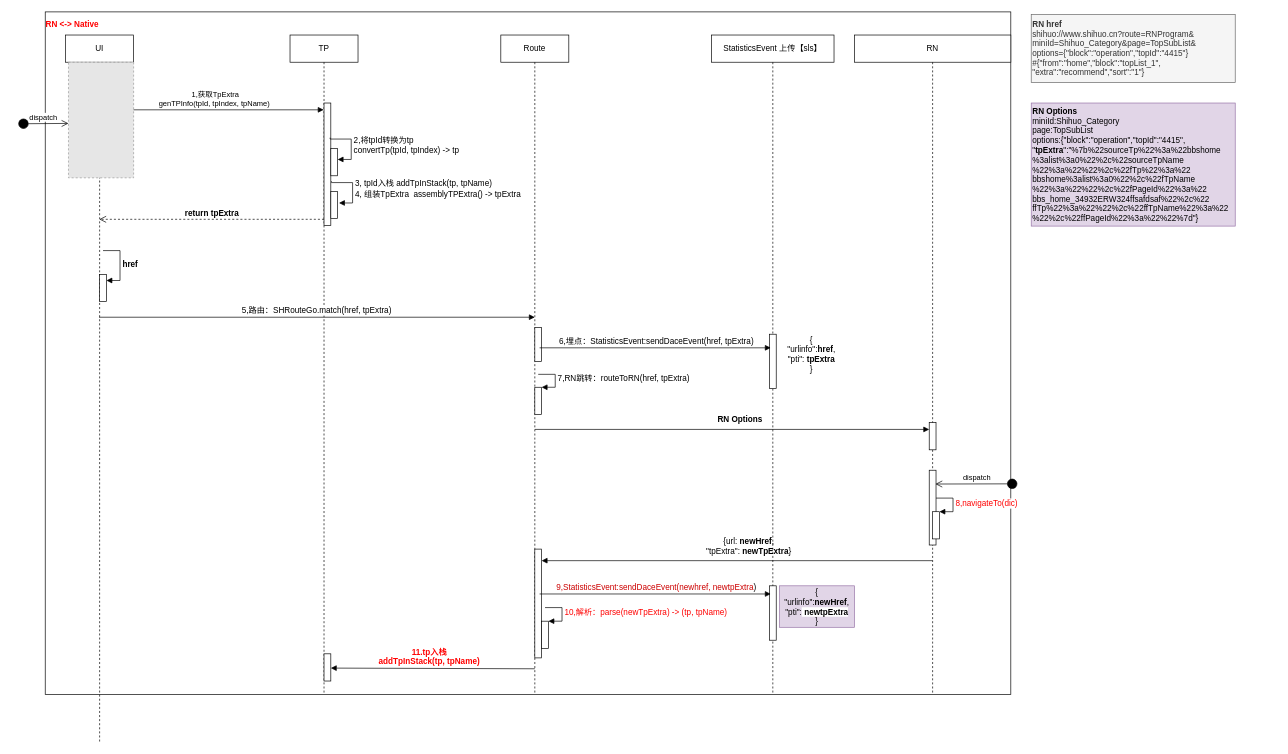
The draw.io diagram ios客户端埋点方案V2-2.drawio in aiquantong/Hero, before the edit. Source tidied: cells renumbered, new cells numbered last; positions are measured from the earlier drawing's top-left corner, leaving out a move shared by most shapes. Both pictures are drawn from the tidied source at 68%, with x=0, y=0 at pixel (18, 12). Pictures stored in the file or linked from it are replaced by grey dashed boxes.
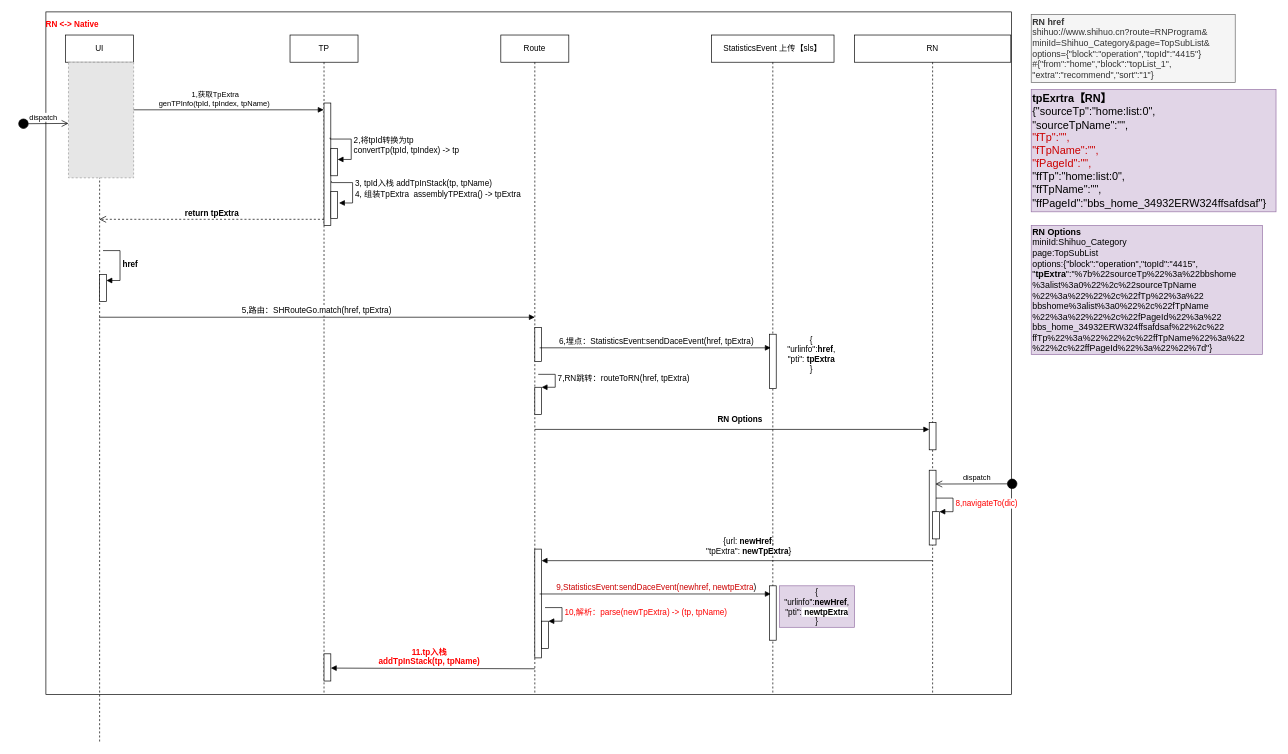
The same diagram, later.

Commit message (it also covers changes not shown here):
Update ios客户端埋点方案V2-2.drawio

What changed in the source:
```diff
@@
     <mxCell id="2" style="rounded=0;whiteSpace=wrap;html=1;align=left;" parent="1" vertex="1">
-      <mxGeometry x="40" width="1420" height="1004" as="geometry" />
+      <mxGeometry x="41" width="1420" height="1004" as="geometry" />
     </mxCell>
@@
-    <mxCell id="35" value="&lt;span&gt;&lt;b&gt;RN Options&lt;/b&gt;&lt;br&gt;miniId:Shihuo_Category&lt;/span&gt;&lt;br style=&quot;padding: 0px ; margin: 0px&quot;&gt;&lt;span&gt;page:TopSubList&lt;/span&gt;&lt;br style=&quot;padding: 0px ; margin: 0px&quot;&gt;&lt;span&gt;options:{&quot;block&quot;:&quot;operation&quot;,&quot;topId&quot;:&quot;4415&quot;,&lt;/span&gt;&lt;br style=&quot;padding: 0px ; margin: 0px&quot;&gt;&lt;span&gt;&quot;&lt;b&gt;tpExtra&lt;/b&gt;&quot;:&quot;%7b%22sourceTp%22%3a%22bbshome&lt;/span&gt;&lt;br style=&quot;padding: 0px ; margin: 0px&quot;&gt;&lt;span&gt;%3alist%3a0%22%2c%22sourceTpName&lt;/span&gt;&lt;br style=&quot;padding: 0px ; margin: 0px&quot;&gt;&lt;span&gt;%22%3a%22%22%2c%22fTp%22%3a%22&lt;/span&gt;&lt;br style=&quot;padding: 0px ; margin: 0px&quot;&gt;&lt;span&gt;bbshome%3alist%3a0%22%2c%22fTpName&lt;/span&gt;&lt;br style=&quot;padding: 0px ; margin: 0px&quot;&gt;&lt;span&gt;%22%3a%22%22%2c%22fPageId%22%3a%22&lt;/span&gt;&lt;br style=&quot;padding: 0px ; margin: 0px&quot;&gt;&lt;span&gt;bbs_home_34932ERW324ffsafdsaf%22%2c%22&lt;/span&gt;&lt;br style=&quot;padding: 0px ; margin: 0px&quot;&gt;&lt;span&gt;ffTp%22%3a%22%22%2c%22ffTpName%22%3a%22&lt;/span&gt;&lt;br style=&quot;padding: 0px ; margin: 0px&quot;&gt;&lt;span&gt;%22%2c%22ffPageId%22%3a%22%22%7d&quot;}&lt;/span&gt;" style="text;html=1;strokeColor=#9673a6;fillColor=#e1d5e7;align=left;verticalAlign=middle;whiteSpace=wrap;rounded=0;fontSize=12;" parent="1" vertex="1">
-      <mxGeometry x="1490" y="134" width="300" height="181" as="geometry" />
+    <mxCell id="35" value="&lt;span style=&quot;font-size: 13px;&quot;&gt;&lt;b style=&quot;font-size: 13px;&quot;&gt;RN Options&lt;/b&gt;&lt;br style=&quot;font-size: 13px;&quot;&gt;miniId:Shihuo_Category&lt;/span&gt;&lt;br style=&quot;padding: 0px; margin: 0px; font-size: 13px;&quot;&gt;&lt;span style=&quot;font-size: 13px;&quot;&gt;page:TopSubList&lt;/span&gt;&lt;br style=&quot;padding: 0px; margin: 0px; font-size: 13px;&quot;&gt;&lt;span style=&quot;font-size: 13px;&quot;&gt;options:{&quot;block&quot;:&quot;operation&quot;,&quot;topId&quot;:&quot;4415&quot;,&lt;/span&gt;&lt;br style=&quot;padding: 0px; margin: 0px; font-size: 13px;&quot;&gt;&lt;span style=&quot;font-size: 13px;&quot;&gt;&quot;&lt;b style=&quot;font-size: 13px;&quot;&gt;tpExtra&lt;/b&gt;&quot;:&quot;%7b%22sourceTp%22%3a%22bbshome&lt;/span&gt;&lt;br style=&quot;padding: 0px; margin: 0px; font-size: 13px;&quot;&gt;&lt;span style=&quot;font-size: 13px;&quot;&gt;%3alist%3a0%22%2c%22sourceTpName&lt;/span&gt;&lt;br style=&quot;padding: 0px; margin: 0px; font-size: 13px;&quot;&gt;&lt;span style=&quot;font-size: 13px;&quot;&gt;%22%3a%22%22%2c%22fTp%22%3a%22&lt;/span&gt;&lt;br style=&quot;padding: 0px; margin: 0px; font-size: 13px;&quot;&gt;&lt;span style=&quot;font-size: 13px;&quot;&gt;bbshome%3alist%3a0%22%2c%22fTpName&lt;/span&gt;&lt;br style=&quot;padding: 0px; margin: 0px; font-size: 13px;&quot;&gt;&lt;span style=&quot;font-size: 13px;&quot;&gt;%22%3a%22%22%2c%22fPageId%22%3a%22&lt;/span&gt;&lt;br style=&quot;padding: 0px; margin: 0px; font-size: 13px;&quot;&gt;&lt;span style=&quot;font-size: 13px;&quot;&gt;bbs_home_34932ERW324ffsafdsaf%22%2c%22&lt;/span&gt;&lt;br style=&quot;padding: 0px; margin: 0px; font-size: 13px;&quot;&gt;&lt;span style=&quot;font-size: 13px;&quot;&gt;ffTp%22%3a%22%22%2c%22ffTpName%22%3a%22&lt;/span&gt;&lt;br style=&quot;padding: 0px; margin: 0px; font-size: 13px;&quot;&gt;&lt;span style=&quot;font-size: 13px;&quot;&gt;%22%2c%22ffPageId%22%3a%22%22%7d&quot;}&lt;/span&gt;" style="text;html=1;strokeColor=#9673a6;fillColor=#e1d5e7;align=left;verticalAlign=middle;whiteSpace=wrap;rounded=0;fontSize=13;" parent="1" vertex="1">
+      <mxGeometry x="1490" y="314" width="340" height="190" as="geometry" />
     </mxCell>
@@
-    <mxCell id="45" value="&lt;span&gt;&lt;b&gt;RN href&lt;/b&gt;&lt;/span&gt;&lt;br style=&quot;padding: 0px ; margin: 0px&quot;&gt;&lt;span&gt;shihuo://www.shihuo.cn?route=RNProgram&amp;amp;&lt;/span&gt;&lt;br style=&quot;padding: 0px ; margin: 0px&quot;&gt;&lt;span&gt;miniId=Shihuo_Category&amp;amp;page=TopSubList&amp;amp;&lt;/span&gt;&lt;br style=&quot;padding: 0px ; margin: 0px&quot;&gt;&lt;span&gt;options={&quot;block&quot;:&quot;operation&quot;,&quot;topId&quot;:&quot;4415&quot;}&lt;/span&gt;&lt;br style=&quot;padding: 0px ; margin: 0px&quot;&gt;&lt;span&gt;#{&quot;from&quot;:&quot;home&quot;,&quot;block&quot;:&quot;topList_1&quot;,&lt;/span&gt;&lt;br style=&quot;padding: 0px ; margin: 0px&quot;&gt;&lt;span&gt;&quot;extra&quot;:&quot;recommend&quot;,&quot;sort&quot;:&quot;1&quot;}&lt;/span&gt;" style="rounded=0;whiteSpace=wrap;html=1;align=left;fillColor=#f5f5f5;strokeColor=#666666;fontColor=#333333;" parent="1" vertex="1">
+    <mxCell id="45" value="&lt;span style=&quot;font-size: 13px;&quot;&gt;&lt;b style=&quot;font-size: 13px;&quot;&gt;RN href&lt;/b&gt;&lt;/span&gt;&lt;br style=&quot;padding: 0px; margin: 0px; font-size: 13px;&quot;&gt;&lt;span style=&quot;font-size: 13px;&quot;&gt;shihuo://www.shihuo.cn?route=RNProgram&amp;amp;&lt;/span&gt;&lt;br style=&quot;padding: 0px; margin: 0px; font-size: 13px;&quot;&gt;&lt;span style=&quot;font-size: 13px;&quot;&gt;miniId=Shihuo_Category&amp;amp;page=TopSubList&amp;amp;&lt;/span&gt;&lt;br style=&quot;padding: 0px; margin: 0px; font-size: 13px;&quot;&gt;&lt;span style=&quot;font-size: 13px;&quot;&gt;options={&quot;block&quot;:&quot;operation&quot;,&quot;topId&quot;:&quot;4415&quot;}&lt;/span&gt;&lt;br style=&quot;padding: 0px; margin: 0px; font-size: 13px;&quot;&gt;&lt;span style=&quot;font-size: 13px;&quot;&gt;#{&quot;from&quot;:&quot;home&quot;,&quot;block&quot;:&quot;topList_1&quot;,&lt;/span&gt;&lt;br style=&quot;padding: 0px; margin: 0px; font-size: 13px;&quot;&gt;&lt;span style=&quot;font-size: 13px;&quot;&gt;&quot;extra&quot;:&quot;recommend&quot;,&quot;sort&quot;:&quot;1&quot;}&lt;/span&gt;" style="rounded=0;whiteSpace=wrap;html=1;align=left;fillColor=#f5f5f5;strokeColor=#666666;fontColor=#333333;fontSize=13;" parent="1" vertex="1">
       <mxGeometry x="1490" y="4" width="300" height="100" as="geometry" />
     </mxCell>
@@
+    <mxCell id="47" value="&lt;div style=&quot;font-size: 16px&quot;&gt;&lt;b&gt;&lt;font style=&quot;font-size: 16px&quot;&gt;tpExrtra【RN】&lt;/font&gt;&lt;/b&gt;&lt;/div&gt;&lt;div style=&quot;font-size: 16px&quot;&gt;&lt;font style=&quot;font-size: 16px&quot;&gt;{&quot;sourceTp&quot;:&quot;home&lt;span&gt;:list:0&quot;,&lt;/span&gt;&lt;/font&gt;&lt;/div&gt;&lt;div style=&quot;font-size: 16px&quot;&gt;&lt;font style=&quot;font-size: 16px&quot;&gt;&lt;span&gt;&quot;sourceTpName&lt;/span&gt;&lt;span&gt;&quot;:&quot;&quot;,&lt;/span&gt;&lt;/font&gt;&lt;/div&gt;&lt;div style=&quot;font-size: 16px&quot;&gt;&lt;font style=&quot;font-size: 16px&quot; color=&quot;#cc0000&quot;&gt;&lt;span&gt;&quot;fTp&quot;:&quot;&lt;/span&gt;&lt;span&gt;&quot;,&lt;/span&gt;&lt;/font&gt;&lt;/div&gt;&lt;div style=&quot;font-size: 16px&quot;&gt;&lt;font style=&quot;font-size: 16px&quot; color=&quot;#cc0000&quot;&gt;&lt;span&gt;&quot;fTpName&lt;/span&gt;&lt;span&gt;&quot;:&quot;&quot;,&lt;/span&gt;&lt;/font&gt;&lt;/div&gt;&lt;div style=&quot;font-size: 16px&quot;&gt;&lt;font style=&quot;font-size: 16px&quot; color=&quot;#cc0000&quot;&gt;&lt;span&gt;&quot;fPageId&quot;:&quot;&lt;/span&gt;&lt;span&gt;&quot;,&lt;/span&gt;&lt;/font&gt;&lt;/div&gt;&lt;div style=&quot;font-size: 16px&quot;&gt;&lt;font style=&quot;font-size: 16px&quot;&gt;&lt;span&gt;&quot;&lt;/span&gt;&lt;span&gt;ffTp&quot;:&quot;home:list:0&quot;,&lt;/span&gt;&lt;/font&gt;&lt;/div&gt;&lt;div style=&quot;font-size: 16px&quot;&gt;&lt;font style=&quot;font-size: 16px&quot;&gt;&quot;ffTpName&quot;:&quot;&lt;span&gt;&quot;,&lt;/span&gt;&lt;/font&gt;&lt;/div&gt;&lt;font style=&quot;font-size: 16px&quot;&gt;&quot;ffPageId&quot;:&quot;bbs_home_34932ERW324ffsafdsaf&quot;}&lt;/font&gt;" style="text;html=1;strokeColor=#9673a6;fillColor=#e1d5e7;align=left;verticalAlign=middle;whiteSpace=wrap;rounded=0;fontSize=12;" parent="1" vertex="1">
+      <mxGeometry x="1490" y="114" width="360" height="180" as="geometry" />
+    </mxCell>
```
